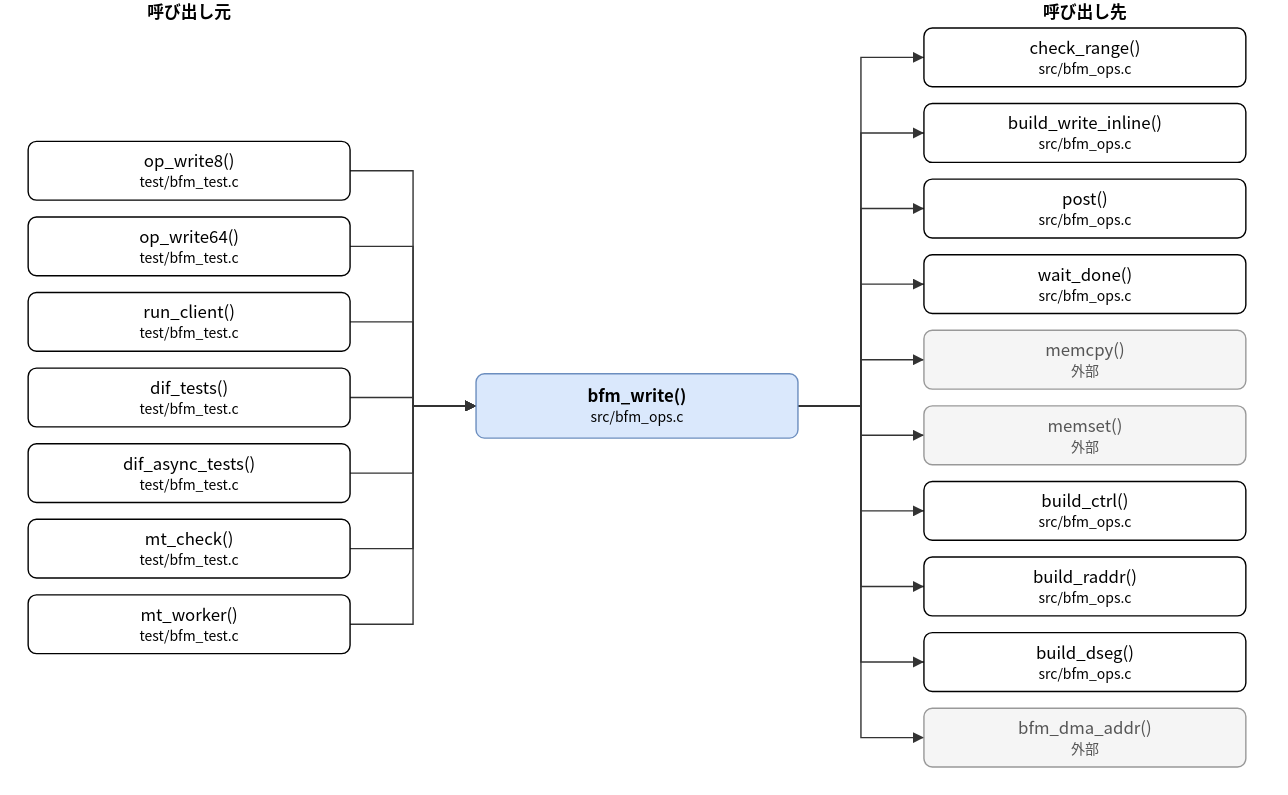
This is doc/spec/images/call_src_bfm_ops-bfm_write.drawio.svg from hf355051012-ai/bfmem, a draw.io export, as it was before one commit. Source tidied: cells renumbered, new cells last; positions are measured from the earlier drawing's top-left corner, leaving out a move shared by most shapes.
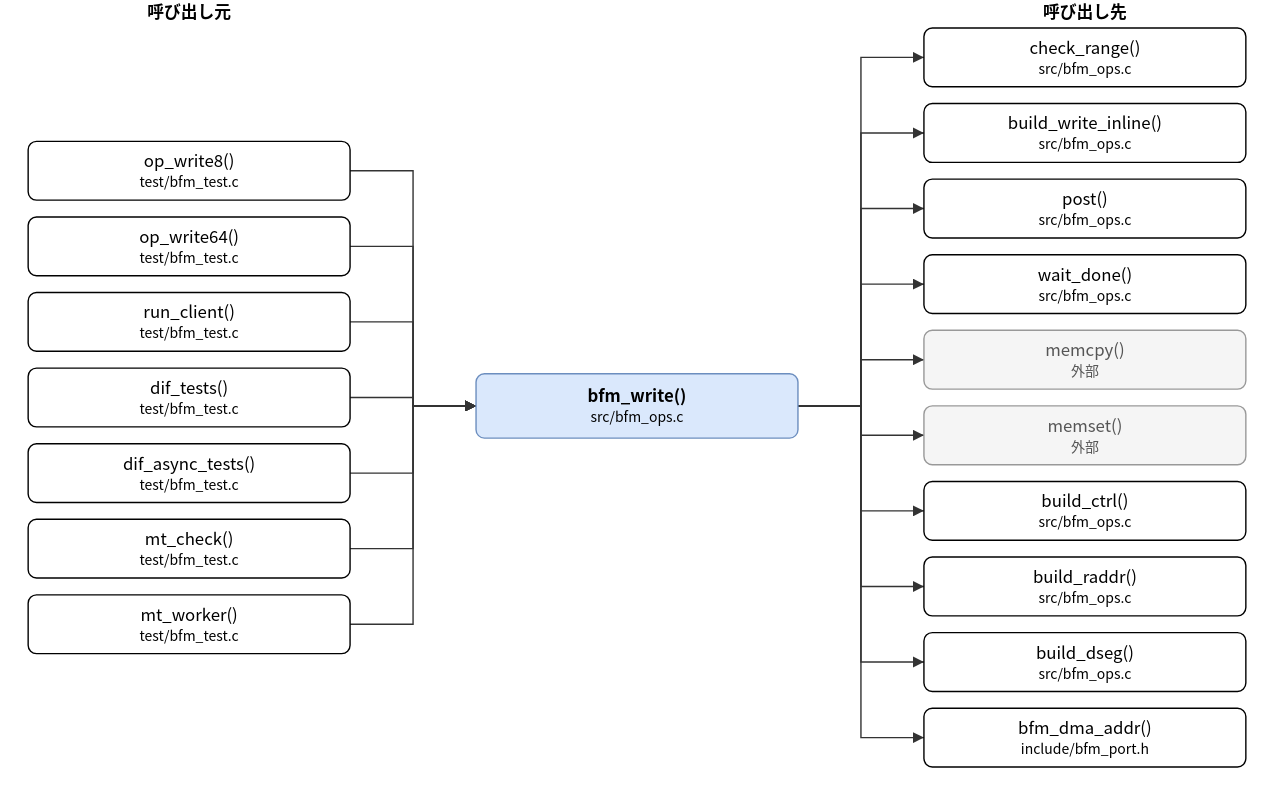
The same diagram one commit later.

Change to the diagram source:
```diff
@@ -53,7 +53,7 @@
     <mxCell id="18" value="build_dseg()&lt;br&gt;&lt;font style=&quot;font-size:10px&quot;&gt;src/bfm_ops.c&lt;/font&gt;" style="rounded=1;whiteSpace=wrap;html=1;" parent="1" vertex="1">
       <mxGeometry x="640" y="452" width="230" height="42" as="geometry" />
     </mxCell>
-    <mxCell id="19" value="bfm_dma_addr()&lt;br&gt;&lt;font style=&quot;font-size:10px&quot;&gt;外部&lt;/font&gt;" style="rounded=1;whiteSpace=wrap;html=1;fillColor=#f5f5f5;strokeColor=#999999;fontColor=#555555;" parent="1" vertex="1">
+    <mxCell id="19" value="bfm_dma_addr()&lt;br&gt;&lt;font style=&quot;font-size:10px&quot;&gt;include/bfm_port.h&lt;/font&gt;" style="rounded=1;whiteSpace=wrap;html=1;" parent="1" vertex="1">
       <mxGeometry x="640" y="506" width="230" height="42" as="geometry" />
     </mxCell>
     <mxCell id="20" style="edgeStyle=none;html=1;rounded=0;endArrow=block;endFill=1;exitX=1.0000;exitY=0.5000;exitDx=0;exitDy=0;exitPerimeter=0;entryX=0.0000;entryY=0.5000;entryDx=0;entryDy=0;entryPerimeter=0;" parent="1" edge="1" source="3" target="2">
```
